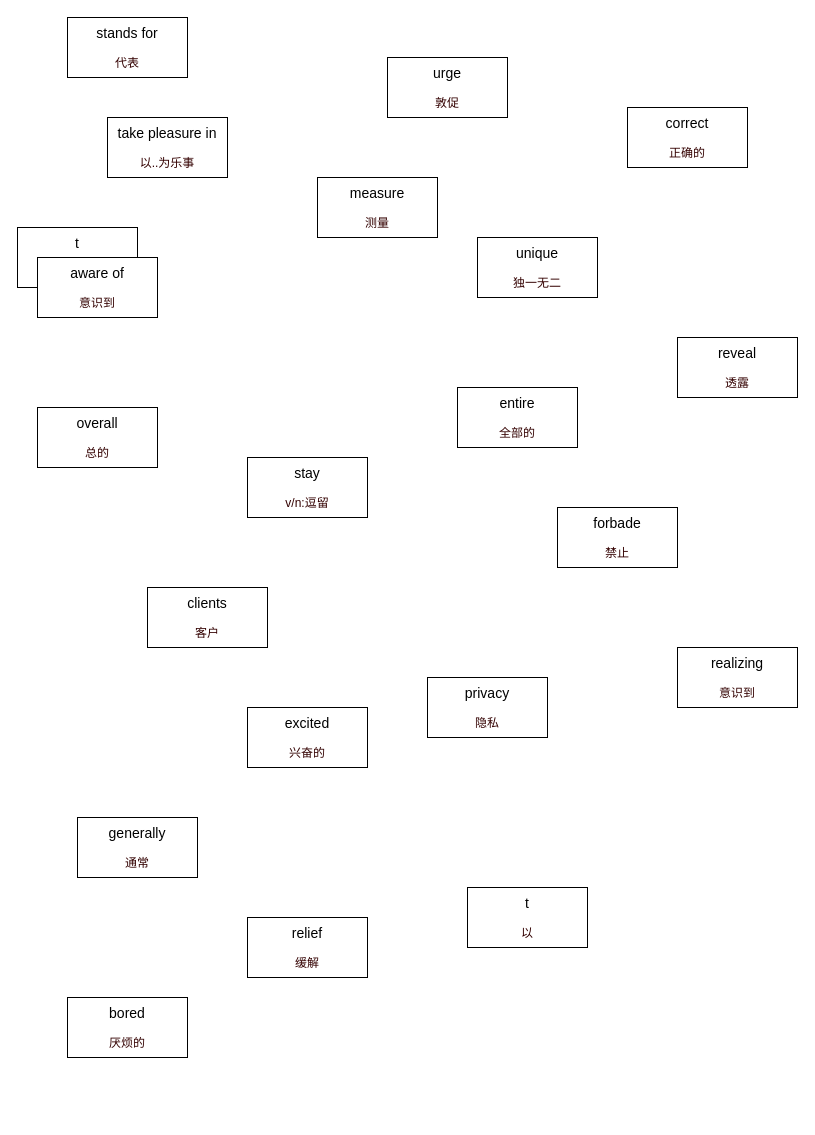
Above: ocean.drawio in banBlue/drawio (draw.io), before the change. Source tidied: cells renumbered, new cells numbered last; positions are measured from the earlier drawing's top-left corner, leaving out a move shared by most shapes. Both pictures are drawn from the tidied source at 100%, with x=0, y=0 at pixel (17, 17).
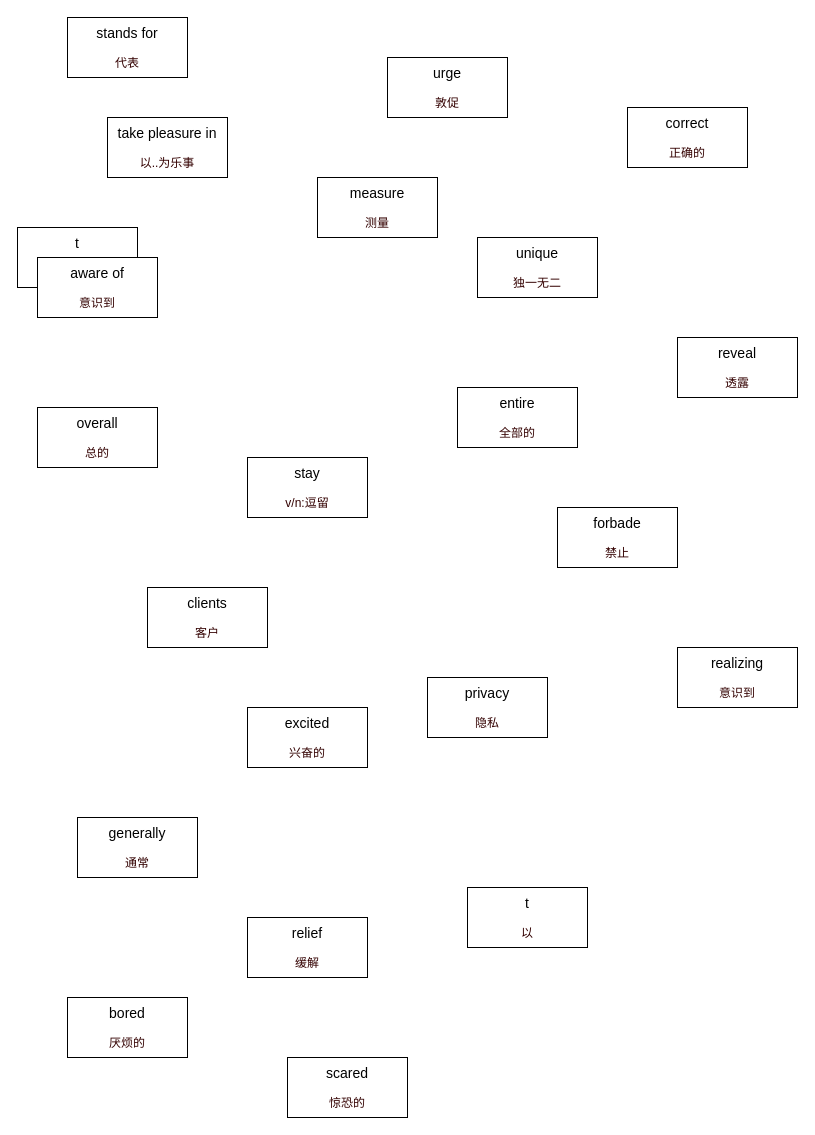
After the change.

The edit, as a diff of the source:
```diff
@@
+    <mxCell id="23" value="&lt;font style=&quot;font-size: 14px&quot;&gt;scared&lt;br&gt;&lt;/font&gt;&lt;br&gt;&lt;font color=&quot;#330000&quot;&gt;惊恐的&lt;/font&gt;" style="rounded=0;whiteSpace=wrap;html=1;" parent="1" vertex="1">
+      <mxGeometry x="270" y="1040" width="120" height="60" as="geometry" />
+    </mxCell>
```
